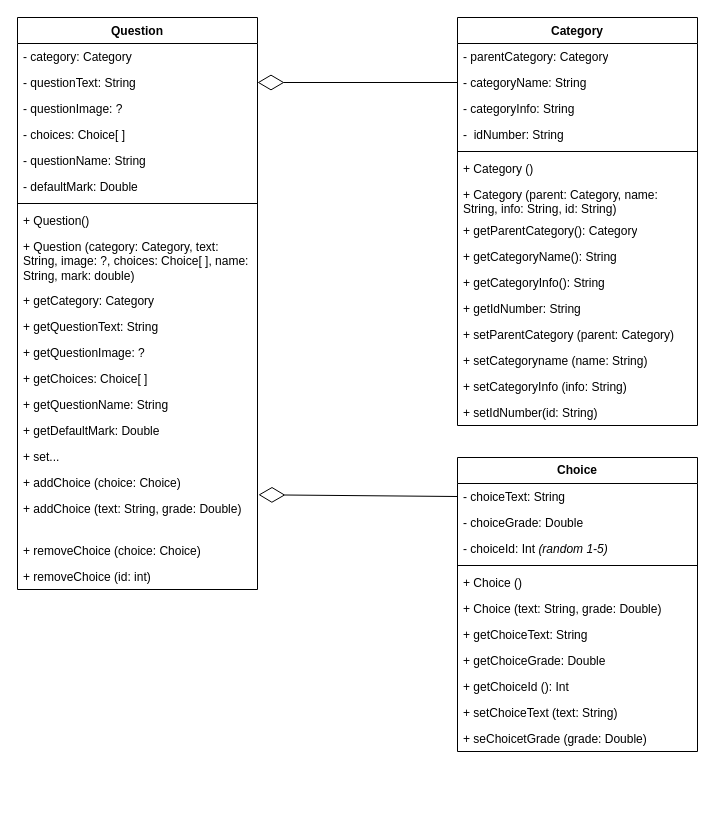
The draw.io diagram OOP_Diagram.drawio in ductaingn/OOP_Project, before the edit. Source tidied: cells renumbered, new cells numbered last; positions are measured from the earlier drawing's top-left corner, leaving out a move shared by most shapes. Both pictures are drawn from the tidied source at 100%, with x=0, y=0 at pixel (17, 17).
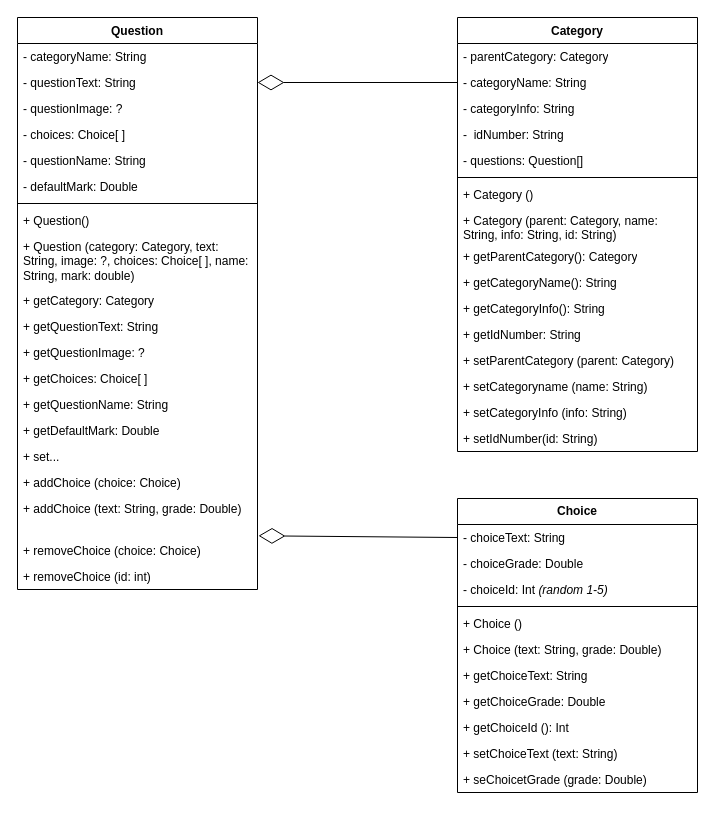
The same page after the edit.

Unchanged cells that the change refers to:
```xml
<mxCell id="2" value="Question" style="swimlane;fontStyle=1;align=center;verticalAlign=top;horizontal=1;startSize=26;whiteSpace=wrap;html=1;" parent="1" vertex="1">
  <mxGeometry width="240" height="572" as="geometry" />
</mxCell>
<mxCell id="19" value="+ addChoice (choice: Choice)" style="text;strokeColor=none;fillColor=none;align=left;verticalAlign=top;spacingLeft=4;spacingRight=4;overflow=hidden;points=[[0,0.5],[1,0.5]];portConstraint=eastwest;whiteSpace=wrap;html=1;" parent="2" vertex="1">
  <mxGeometry y="452" width="240" height="26" as="geometry" />
</mxCell>
<mxCell id="24" value="- choiceText: String" style="text;strokeColor=none;fillColor=none;align=left;verticalAlign=top;spacingLeft=4;spacingRight=4;overflow=hidden;points=[[0,0.5],[1,0.5]];portConstraint=eastwest;whiteSpace=wrap;html=1;" parent="23" vertex="1">
  <mxGeometry y="26" width="240" height="26" as="geometry" />
</mxCell>
```

The edit, as a diff of the source:
```diff
@@
-    <mxCell id="3" value="- category: Category&lt;br&gt;" style="text;strokeColor=none;fillColor=none;align=left;verticalAlign=top;spacingLeft=4;spacingRight=4;overflow=hidden;whiteSpace=wrap;html=1;" parent="2" vertex="1">
+    <mxCell id="3" value="- categoryName: String" style="text;strokeColor=none;fillColor=none;align=left;verticalAlign=top;spacingLeft=4;spacingRight=4;overflow=hidden;whiteSpace=wrap;html=1;" parent="2" vertex="1">
       <mxGeometry y="26" width="240" height="26" as="geometry" />
     </mxCell>
@@
     <mxCell id="23" value="&lt;b&gt;Choice&lt;/b&gt;" style="swimlane;fontStyle=0;horizontal=1;startSize=26;fillColor=none;whiteSpace=wrap;html=1;" parent="1" vertex="1">
-      <mxGeometry x="440" y="440" width="240" height="294" as="geometry" />
+      <mxGeometry x="440" y="481" width="240" height="294" as="geometry" />
     </mxCell>
@@
     <mxCell id="35" value="Category" style="swimlane;fontStyle=1;align=center;verticalAlign=top;horizontal=1;startSize=26;whiteSpace=wrap;html=1;" parent="1" vertex="1">
-      <mxGeometry x="440" width="240" height="408" as="geometry" />
+      <mxGeometry x="440" width="240" height="434" as="geometry" />
     </mxCell>
@@
+    <mxCell id="53" value="- questions: Question[]&amp;nbsp;" style="text;strokeColor=none;fillColor=none;align=left;verticalAlign=top;spacingLeft=4;spacingRight=4;overflow=hidden;whiteSpace=wrap;html=1;" parent="35" vertex="1">
+      <mxGeometry y="130" width="240" height="26" as="geometry" />
+    </mxCell>
     <mxCell id="40" style="line;strokeWidth=1;fillColor=none;align=left;verticalAlign=middle;spacingTop=-1;spacingLeft=3;spacingRight=3;labelPosition=right;strokeColor=inherit;" parent="35" vertex="1">
-      <mxGeometry y="130" width="240" height="8" as="geometry" />
+      <mxGeometry y="156" width="240" height="8" as="geometry" />
     </mxCell>
     <mxCell id="41" value="+ Category ()" style="text;strokeColor=none;fillColor=none;align=left;verticalAlign=top;spacingLeft=4;spacingRight=4;overflow=hidden;whiteSpace=wrap;html=1;" parent="35" vertex="1">
-      <mxGeometry y="138" width="240" height="26" as="geometry" />
+      <mxGeometry y="164" width="240" height="26" as="geometry" />
     </mxCell>
     <mxCell id="42" value="+ Category (parent: Category, name: String, info: String, id: String)" style="text;strokeColor=none;fillColor=none;align=left;verticalAlign=top;spacingLeft=4;spacingRight=4;overflow=hidden;whiteSpace=wrap;html=1;" parent="35" vertex="1">
-      <mxGeometry y="164" width="240" height="36" as="geometry" />
+      <mxGeometry y="190" width="240" height="36" as="geometry" />
     </mxCell>
     <mxCell id="43" value="+ getParentCategory(): Category" style="text;strokeColor=none;fillColor=none;align=left;verticalAlign=top;spacingLeft=4;spacingRight=4;overflow=hidden;whiteSpace=wrap;html=1;" parent="35" vertex="1">
-      <mxGeometry y="200" width="240" height="26" as="geometry" />
+      <mxGeometry y="226" width="240" height="26" as="geometry" />
     </mxCell>
     <mxCell id="44" value="+ getCategoryName(): String" style="text;strokeColor=none;fillColor=none;align=left;verticalAlign=top;spacingLeft=4;spacingRight=4;overflow=hidden;whiteSpace=wrap;html=1;" parent="35" vertex="1">
-      <mxGeometry y="226" width="240" height="26" as="geometry" />
+      <mxGeometry y="252" width="240" height="26" as="geometry" />
     </mxCell>
     <mxCell id="45" value="+ getCategoryInfo(): String" style="text;strokeColor=none;fillColor=none;align=left;verticalAlign=top;spacingLeft=4;spacingRight=4;overflow=hidden;whiteSpace=wrap;html=1;" parent="35" vertex="1">
-      <mxGeometry y="252" width="240" height="26" as="geometry" />
+      <mxGeometry y="278" width="240" height="26" as="geometry" />
     </mxCell>
     <mxCell id="46" value="+ getIdNumber: String" style="text;strokeColor=none;fillColor=none;align=left;verticalAlign=top;spacingLeft=4;spacingRight=4;overflow=hidden;whiteSpace=wrap;html=1;" parent="35" vertex="1">
-      <mxGeometry y="278" width="240" height="26" as="geometry" />
+      <mxGeometry y="304" width="240" height="26" as="geometry" />
     </mxCell>
     <mxCell id="47" value="+ setParentCategory (parent: Category)" style="text;strokeColor=none;fillColor=none;align=left;verticalAlign=top;spacingLeft=4;spacingRight=4;overflow=hidden;whiteSpace=wrap;html=1;" parent="35" vertex="1">
-      <mxGeometry y="304" width="240" height="26" as="geometry" />
+      <mxGeometry y="330" width="240" height="26" as="geometry" />
     </mxCell>
     <mxCell id="48" value="+ setCategoryname (name: String)" style="text;strokeColor=none;fillColor=none;align=left;verticalAlign=top;spacingLeft=4;spacingRight=4;overflow=hidden;whiteSpace=wrap;html=1;" parent="35" vertex="1">
-      <mxGeometry y="330" width="240" height="26" as="geometry" />
+      <mxGeometry y="356" width="240" height="26" as="geometry" />
     </mxCell>
     <mxCell id="49" value="+ setCategoryInfo (info: String)" style="text;strokeColor=none;fillColor=none;align=left;verticalAlign=top;spacingLeft=4;spacingRight=4;overflow=hidden;whiteSpace=wrap;html=1;" parent="35" vertex="1">
-      <mxGeometry y="356" width="240" height="26" as="geometry" />
+      <mxGeometry y="382" width="240" height="26" as="geometry" />
     </mxCell>
     <mxCell id="50" value="+ setIdNumber(id: String)" style="text;strokeColor=none;fillColor=none;align=left;verticalAlign=top;spacingLeft=4;spacingRight=4;overflow=hidden;whiteSpace=wrap;html=1;" parent="35" vertex="1">
-      <mxGeometry y="382" width="240" height="26" as="geometry" />
+      <mxGeometry y="408" width="240" height="26" as="geometry" />
     </mxCell>
-    <mxCell id="51" style="endArrow=diamondThin;endFill=0;endSize=24;html=1;rounded=0;exitX=0;exitY=0.5;exitDx=0;exitDy=0;entryX=1.004;entryY=0.972;entryDx=0;entryDy=0;entryPerimeter=0;" parent="1" edge="1" source="24" target="19">
-      <mxGeometry relative="1" as="geometry" />
+    <mxCell id="51" style="endArrow=diamondThin;endFill=0;endSize=24;html=1;rounded=0;exitX=0;exitY=0.5;exitDx=0;exitDy=0;entryX=1.004;entryY=0.972;entryDx=0;entryDy=0;entryPerimeter=0;" parent="1" edge="1" source="24">
+      <mxGeometry relative="1" as="geometry">
+        <mxPoint x="241" y="518.3" as="targetPoint" />
+      </mxGeometry>
     </mxCell>
```
